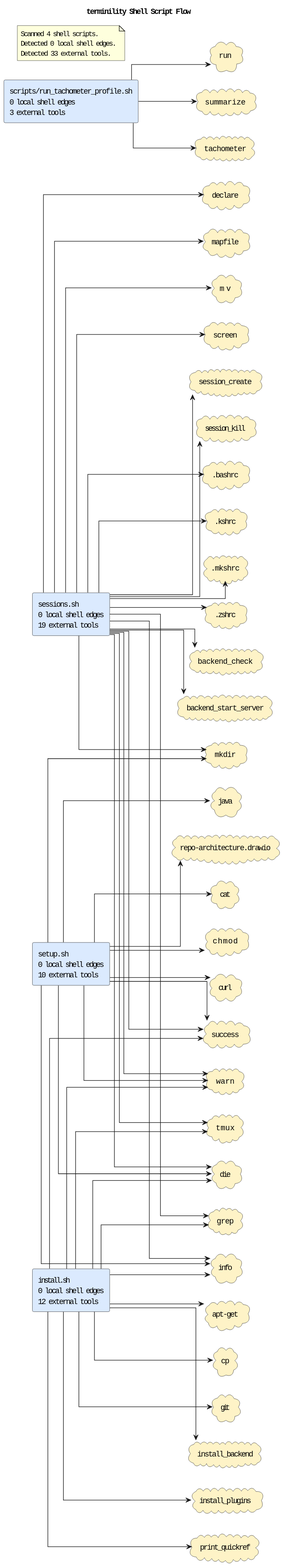
Before: docs/diagrams/shell-call-graph.puml.svg, a diagram exported from PlantUML (casonk/terminility).
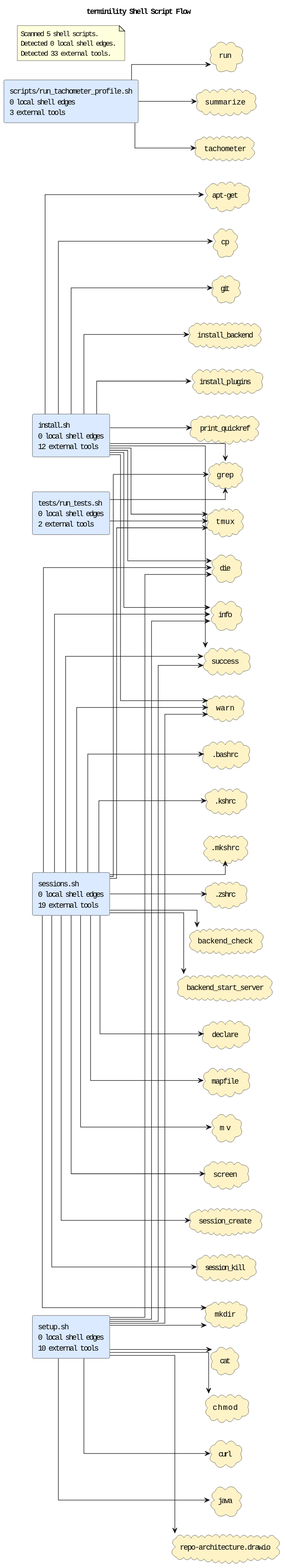
The same diagram one commit later.

Change to the diagram source:
```diff
@@ -9,6 +9,7 @@
 rectangle "scripts/run_tachometer_profile.sh\n0 local shell edges\n3 external tools" as shell_scripts_run_tachometer_profile_sh #DBEAFE
 rectangle "sessions.sh\n0 local shell edges\n19 external tools" as shell_sessions_sh #DBEAFE
 rectangle "setup.sh\n0 local shell edges\n10 external tools" as shell_setup_sh #DBEAFE
+rectangle "tests/run_tests.sh\n0 local shell edges\n2 external tools" as shell_tests_run_tests_sh #DBEAFE
 cloud ".bashrc" as tool_bashrc #FEF3C7
 cloud ".kshrc" as tool_kshrc #FEF3C7
 cloud ".mkshrc" as tool_mkshrc #FEF3C7
@@ -86,8 +87,10 @@
 shell_setup_sh --> tool_repo_architecture_drawio
 shell_setup_sh --> tool_success
 shell_setup_sh --> tool_warn
+shell_tests_run_tests_sh --> tool_grep
+shell_tests_run_tests_sh --> tool_tmux
 note as shellGraphSummary
-Scanned 4 shell scripts.
+Scanned 5 shell scripts.
 Detected 0 local shell edges.
 Detected 33 external tools.
 end note
```
